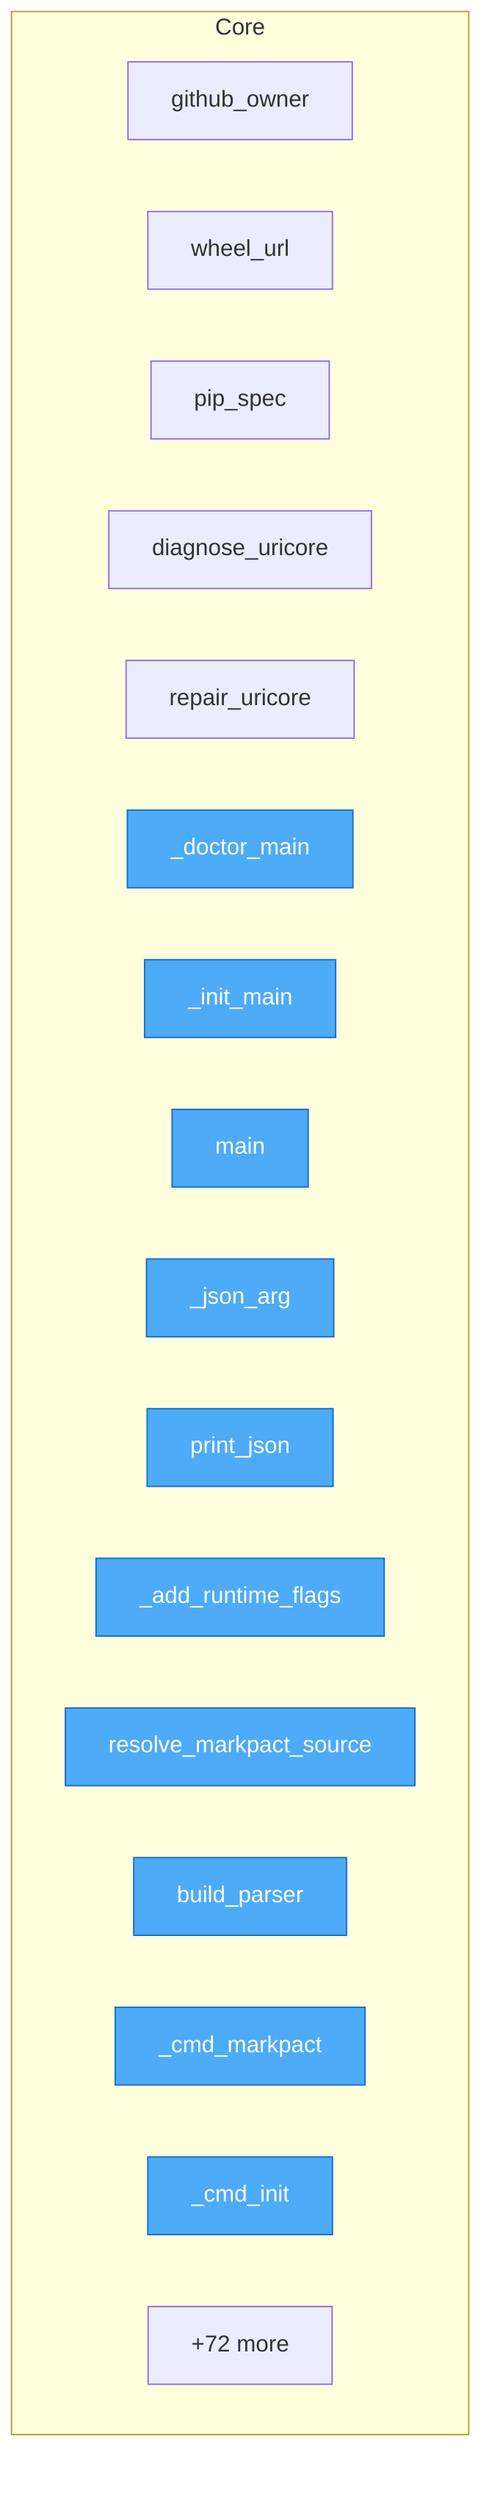
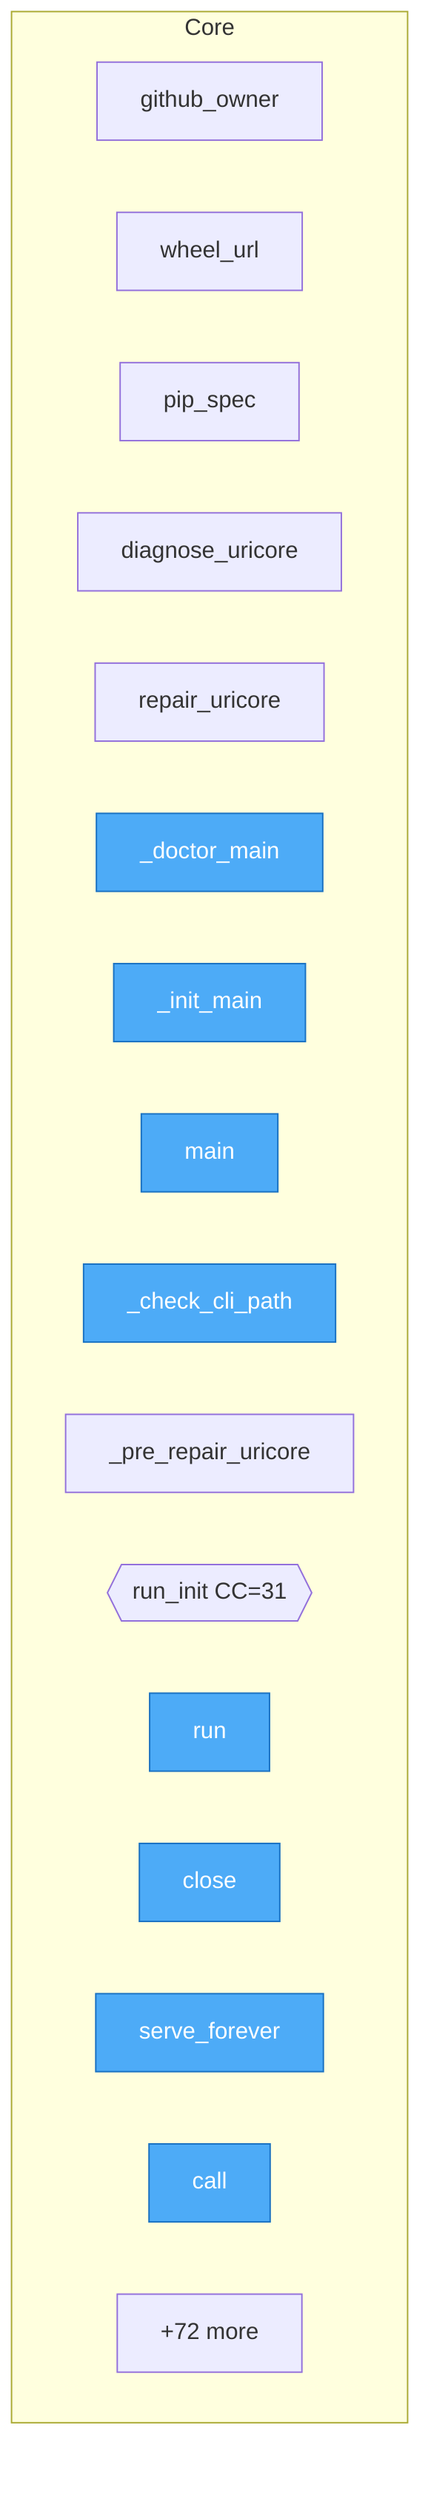
flowchart TD
%% generated in 0.01s

    %% Entry points (blue)
    classDef entry fill:#4dabf7,stroke:#1971c2,color:#fff

    subgraph Core
        src__urisys__uricore_install__github_owner["github_owner"]
        src__urisys__uricore_install__wheel_url["wheel_url"]
        src__urisys__uricore_install__pip_spec["pip_spec"]
        src__urisys__uricore_install__diagnose_uricore["diagnose_uricore"]
        src__urisys__uricore_install__repair_uricore["repair_uricore"]
        src__urisys__bootstrap___doctor_main["_doctor_main"]
        src__urisys__bootstrap___init_main["_init_main"]
        src__urisys__bootstrap__main["main"]
-         src__urisys__cli___json_arg["_json_arg"]
-         src__urisys__cli__print_json["print_json"]
-         src__urisys__cli___add_runtime_flags["_add_runtime_flags"]
-         src__urisys__cli__resolve_markpact_source["resolve_markpact_source"]
-         src__urisys__cli__build_parser["build_parser"]
-         src__urisys__cli___cmd_markpact["_cmd_markpact"]
-         src__urisys__cli___cmd_init["_cmd_init"]
+         src__urisys__doctor___check_cli_path["_check_cli_path"]
+         src__urisys__init_setup___pre_repair_uricore["_pre_repair_uricore"]
+         src__urisys__init_setup__run_init{{run_init CC=31}}
+         src__urisys__controllers__flow_controller__FlowController__run["run"]
+         src__urisys__controllers__flow_controller__FlowController__close["close"]
+         src__urisys__controllers__server_controller__ServerController__serve_forever["serve_forever"]
+         src__urisys__controllers__uri_controller__UriController__call["call"]
        ...["+72 more"]
    end

-     class src__urisys__bootstrap___doctor_main,src__urisys__bootstrap___init_main,src__urisys__bootstrap__main,src__urisys__cli___json_arg,src__urisys__cli__print_json,src__urisys__cli___add_runtime_flags,src__urisys__cli__resolve_markpact_source,src__urisys__cli__build_parser,src__urisys__cli___cmd_markpact,src__urisys__cli___cmd_init entry
+     class src__urisys__bootstrap___doctor_main,src__urisys__bootstrap___init_main,src__urisys__bootstrap__main,src__urisys__doctor___check_cli_path,src__urisys__controllers__flow_controller__FlowController__run,src__urisys__controllers__flow_controller__FlowController__close,src__urisys__controllers__server_controller__ServerController__serve_forever,src__urisys__controllers__uri_controller__UriController__call,src__urisys__controllers__uri_controller__UriController__explain,src__urisys__controllers__uri_controller__UriController__routes entry
